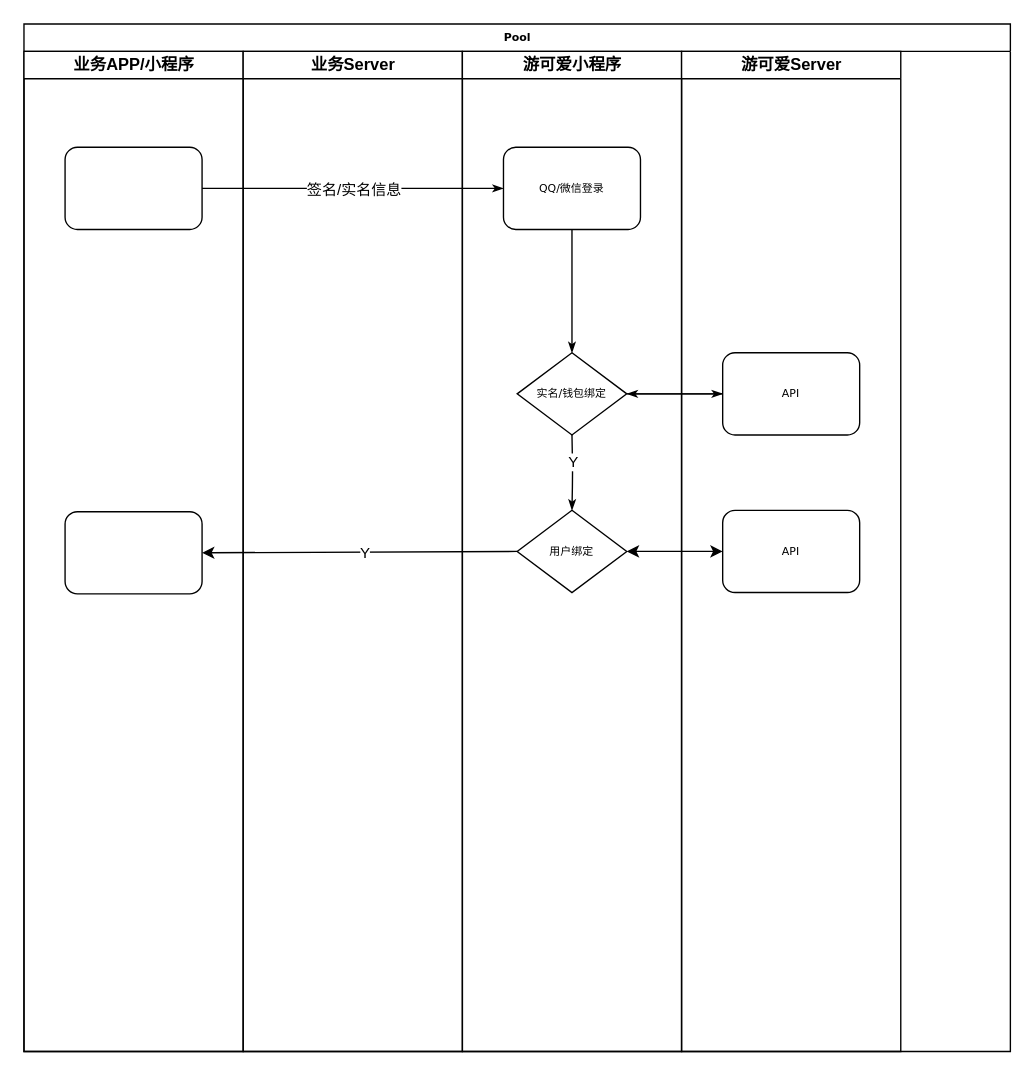
caiziqi33/caiziqi33.github.io keeps this draw.io diagram as 2024/03/07/hello-world/未命名绘图.drawio. Above is the earlier version. Source tidied: cells renumbered, new cells numbered last; positions are measured from the earlier drawing's top-left corner, leaving out a move shared by most shapes. Both pictures are drawn from the tidied source at 137%, with x=0, y=0 at pixel (23, 23).
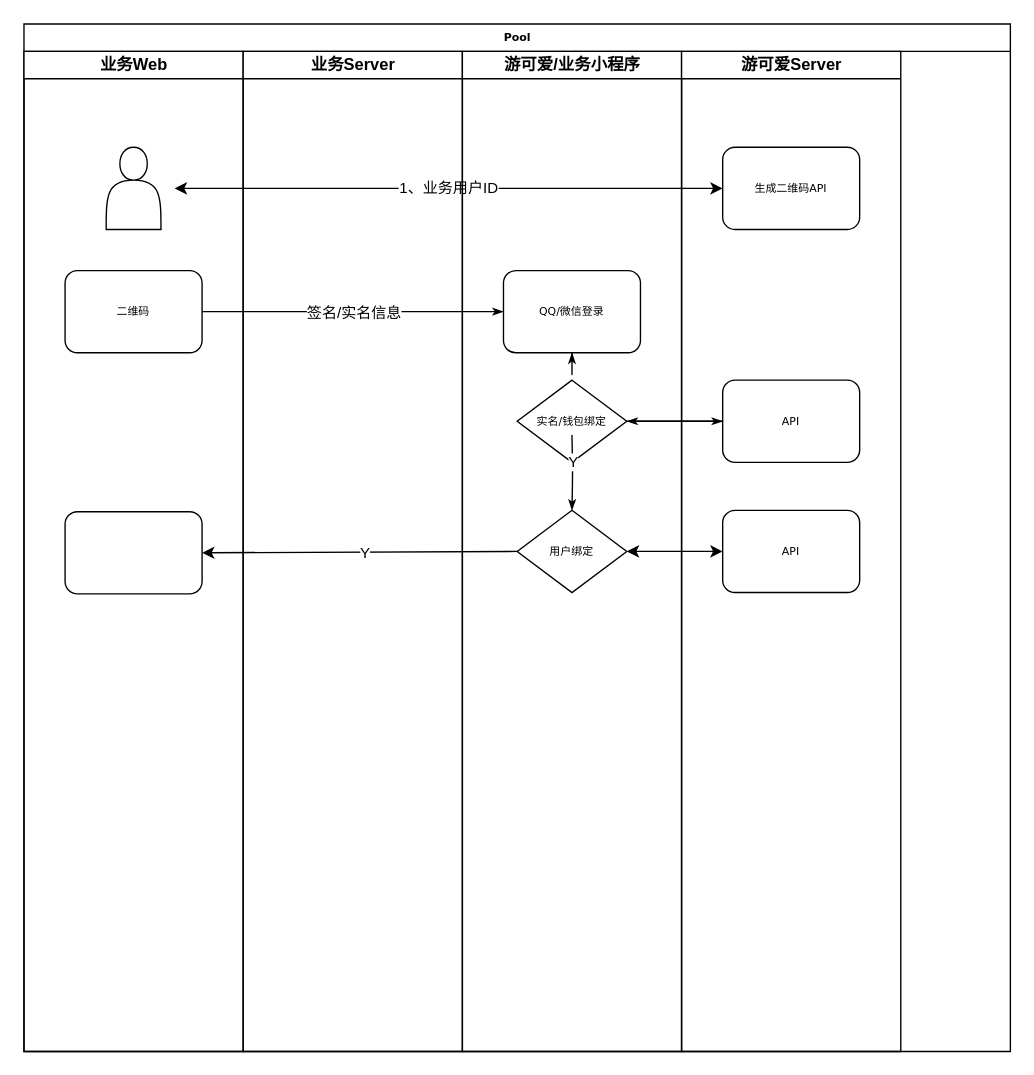
Above is the later version.

Commit message (it also covers changes not shown here):
更新未命名绘图.drawio

Unchanged cells that the change refers to:
```xml
<mxCell id="2" value="Pool" style="swimlane;html=1;startSize=20;rounded=0;shadow=0;labelBackgroundColor=none;strokeWidth=1;fontFamily=Verdana;fontSize=8;align=center;" parent="1" vertex="1">
  <mxGeometry width="720" height="750" as="geometry" />
</mxCell>
<mxCell id="15" value="游可爱Server" style="swimlane;html=1;startSize=20;" parent="2" vertex="1">
  <mxGeometry x="480" y="20" width="160" height="730" as="geometry" />
</mxCell>
```

What changed in the source:
```diff
@@
-    <mxCell id="3" value="业务APP/小程序" style="swimlane;html=1;startSize=20;" parent="2" vertex="1">
+    <mxCell id="3" value="业务Web" style="swimlane;html=1;startSize=20;" parent="2" vertex="1">
       <mxGeometry y="20" width="160" height="730" as="geometry" />
     </mxCell>
-    <mxCell id="4" style="rounded=1;whiteSpace=wrap;html=1;shadow=0;labelBackgroundColor=none;strokeWidth=1;fontFamily=Verdana;fontSize=8;align=center;" parent="3" vertex="1">
-      <mxGeometry x="30" y="70" width="100" height="60" as="geometry" />
+    <mxCell id="4" value="二维码" style="rounded=1;whiteSpace=wrap;html=1;shadow=0;labelBackgroundColor=none;strokeWidth=1;fontFamily=Verdana;fontSize=8;align=center;" parent="3" vertex="1">
+      <mxGeometry x="30" y="160" width="100" height="60" as="geometry" />
     </mxCell>
@@
+    <mxCell id="24" style="shape=actor;whiteSpace=wrap;html=1;" parent="3" vertex="1">
+      <mxGeometry x="60" y="70" width="40" height="60" as="geometry" />
+    </mxCell>
+    <mxCell id="25" value="1、业务用户ID" style="endArrow=classic;startArrow=classic;html=1;rounded=0;entryX=0;entryY=0.5;entryDx=0;entryDy=0;" parent="3" edge="1" target="26">
+      <mxGeometry relative="1" as="geometry">
+        <mxPoint x="110" y="100" as="sourcePoint" />
+      </mxGeometry>
+    </mxCell>
@@
-    <mxCell id="10" value="游可爱小程序" style="swimlane;html=1;startSize=20;" parent="2" vertex="1">
+    <mxCell id="10" value="游可爱/业务小程序" style="swimlane;html=1;startSize=20;" parent="2" vertex="1">
       <mxGeometry x="320" y="20" width="160" height="730" as="geometry" />
     </mxCell>
     <mxCell id="11" value="QQ/微信登录" style="rounded=1;whiteSpace=wrap;html=1;shadow=0;labelBackgroundColor=none;strokeWidth=1;fontFamily=Verdana;fontSize=8;align=center;" parent="10" vertex="1">
-      <mxGeometry x="30" y="70" width="100" height="60" as="geometry" />
+      <mxGeometry x="30" y="160" width="100" height="60" as="geometry" />
     </mxCell>
     <mxCell id="12" value="实名/钱包绑定" style="rhombus;whiteSpace=wrap;html=1;rounded=0;shadow=0;labelBackgroundColor=none;strokeWidth=1;fontFamily=Verdana;fontSize=8;align=center;" parent="10" vertex="1">
-      <mxGeometry x="40" y="220" width="80" height="60" as="geometry" />
+      <mxGeometry x="40" y="240" width="80" height="60" as="geometry" />
     </mxCell>
@@
     <mxCell id="16" value="API" style="rounded=1;whiteSpace=wrap;html=1;shadow=0;labelBackgroundColor=none;strokeWidth=1;fontFamily=Verdana;fontSize=8;align=center;" parent="15" vertex="1">
-      <mxGeometry x="30" y="220" width="100" height="60" as="geometry" />
+      <mxGeometry x="30" y="240" width="100" height="60" as="geometry" />
     </mxCell>
@@
+    <mxCell id="26" value="生成二维码API" style="rounded=1;whiteSpace=wrap;html=1;shadow=0;labelBackgroundColor=none;strokeWidth=1;fontFamily=Verdana;fontSize=8;align=center;" parent="15" vertex="1">
+      <mxGeometry x="30" y="70" width="100" height="60" as="geometry" />
+    </mxCell>
-    <mxCell id="18" style="edgeStyle=orthogonalEdgeStyle;rounded=1;html=1;labelBackgroundColor=none;startArrow=none;startFill=0;startSize=5;endArrow=classicThin;endFill=1;endSize=5;jettySize=auto;strokeColor=#000000;strokeWidth=1;fontFamily=Verdana;fontSize=8;fontColor=#000000;" parent="2" edge="1" source="16">
-      <mxGeometry relative="1" as="geometry">
-        <mxPoint x="440" y="270" as="targetPoint" />
-      </mxGeometry>
+    <mxCell id="18" style="edgeStyle=orthogonalEdgeStyle;rounded=1;html=1;labelBackgroundColor=none;startArrow=none;startFill=0;startSize=5;endArrow=classicThin;endFill=1;endSize=5;jettySize=auto;strokeColor=#000000;strokeWidth=1;fontFamily=Verdana;fontSize=8;fontColor=#000000;entryX=1;entryY=0.5;entryDx=0;entryDy=0;" parent="2" edge="1" source="16" target="12">
+      <mxGeometry relative="1" as="geometry" />
     </mxCell>
```
